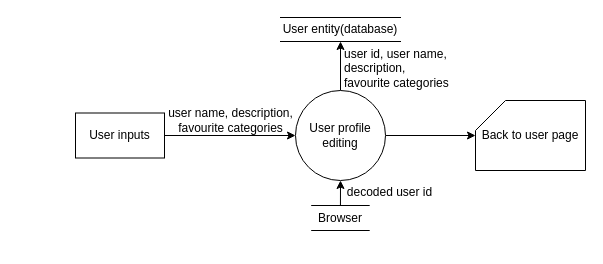
This is DFD/User/UserProfileSystem.drawio from DonaldLamNL/buzzer, a draw.io file, before an edit. Source tidied: cells renumbered, new cells numbered last; positions are measured from the earlier drawing's top-left corner, leaving out a move shared by most shapes. Both pictures are drawn from the tidied source at 100%, with x=0, y=0 at pixel (75, 17).
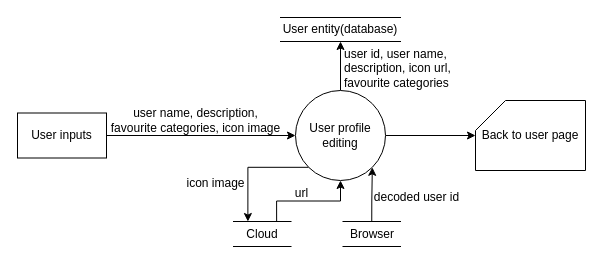
After the change.

Diff of the diagram source:
```diff
@@
 <mxGraphModel>
   <root>
     <mxCell id="0" />
     <mxCell id="1" parent="0" />
     <mxCell id="2" style="edgeStyle=orthogonalEdgeStyle;rounded=0;jettySize=auto;html=1;exitX=1;exitY=0.5;exitDx=0;exitDy=0;" parent="1" edge="1" source="13" target="5">
       <mxGeometry relative="1" as="geometry" />
     </mxCell>
     <mxCell id="3" style="edgeStyle=orthogonalEdgeStyle;rounded=0;jettySize=auto;html=1;exitX=0.5;exitY=0;exitDx=0;exitDy=0;entryX=0.5;entryY=1;entryDx=0;entryDy=0;" parent="1" edge="1" source="5" target="12">
       <mxGeometry relative="1" as="geometry" />
     </mxCell>
     <mxCell id="4" style="edgeStyle=orthogonalEdgeStyle;rounded=0;jettySize=auto;html=1;" parent="1" edge="1" source="5" target="11">
       <mxGeometry relative="1" as="geometry" />
     </mxCell>
+    <mxCell id="14" style="edgeStyle=orthogonalEdgeStyle;rounded=0;jettySize=auto;html=1;exitX=0;exitY=1;exitDx=0;exitDy=0;entryX=0.25;entryY=0;entryDx=0;entryDy=0;" parent="1" edge="1" source="5" target="16">
+      <mxGeometry relative="1" as="geometry" />
+    </mxCell>
     <mxCell id="5" value="User profile editing" style="ellipse;whiteSpace=wrap;html=1;" parent="1" vertex="1">
       <mxGeometry x="220" y="73" width="90" height="90" as="geometry" />
     </mxCell>
-    <mxCell id="6" value="user name, description, &lt;br&gt;favourite categories" style="text;html=1;align=center;verticalAlign=middle;strokeColor=none;fillColor=none;" parent="1" vertex="1">
-      <mxGeometry x="80" y="83" width="150" height="40" as="geometry" />
+    <mxCell id="6" value="user name, description, &lt;br&gt;favourite categories, icon image" style="text;html=1;align=center;verticalAlign=middle;strokeColor=none;fillColor=none;" parent="1" vertex="1">
+      <mxGeometry x="26" y="83" width="187" height="40" as="geometry" />
     </mxCell>
-    <mxCell id="7" style="edgeStyle=orthogonalEdgeStyle;rounded=0;jettySize=auto;html=1;exitX=0.5;exitY=0;exitDx=0;exitDy=0;entryX=0.5;entryY=1;entryDx=0;entryDy=0;" parent="1" edge="1" source="8" target="5">
+    <mxCell id="7" style="edgeStyle=orthogonalEdgeStyle;rounded=0;jettySize=auto;html=1;exitX=0.5;exitY=0;exitDx=0;exitDy=0;entryX=1;entryY=1;entryDx=0;entryDy=0;" parent="1" edge="1" source="8" target="5">
       <mxGeometry relative="1" as="geometry" />
     </mxCell>
     <mxCell id="8" value="Browser" style="shape=partialRectangle;whiteSpace=wrap;html=1;left=0;right=0;fillColor=none;rounded=0;strokeColor=default;fontFamily=Helvetica;fontSize=12;fontColor=default;" parent="1" vertex="1">
-      <mxGeometry x="236.2" y="188" width="57.5" height="25" as="geometry" />
+      <mxGeometry x="267.5" y="204" width="57.5" height="25" as="geometry" />
     </mxCell>
     <mxCell id="9" value="decoded user id" style="text;html=1;align=center;verticalAlign=middle;strokeColor=none;fillColor=none;" parent="1" vertex="1">
-      <mxGeometry x="262" y="162" width="103" height="26" as="geometry" />
+      <mxGeometry x="289" y="167" width="103" height="26" as="geometry" />
     </mxCell>
-    <mxCell id="10" value="user id, user name, &lt;br&gt;description,&lt;br&gt;&lt;div style=&quot;&quot;&gt;favourite categories&lt;/div&gt;" style="text;html=1;align=left;verticalAlign=middle;strokeColor=none;fillColor=none;" parent="1" vertex="1">
-      <mxGeometry x="267" y="24" width="123" height="54" as="geometry" />
+    <mxCell id="10" value="user id, user name, &lt;br&gt;description, icon url,&amp;nbsp;&lt;br&gt;&lt;div style=&quot;&quot;&gt;favourite categories&lt;/div&gt;" style="text;html=1;align=left;verticalAlign=middle;strokeColor=none;fillColor=none;" parent="1" vertex="1">
+      <mxGeometry x="267" y="24" width="128" height="54" as="geometry" />
     </mxCell>
     <mxCell id="11" value="Back to user page" style="shape=card;whiteSpace=wrap;html=1;" parent="1" vertex="1">
       <mxGeometry x="400" y="83" width="110" height="70" as="geometry" />
     </mxCell>
     <mxCell id="12" value="User entity(database)" style="shape=partialRectangle;whiteSpace=wrap;html=1;left=0;right=0;fillColor=none;rounded=0;strokeColor=default;fontFamily=Helvetica;fontSize=12;fontColor=default;" parent="1" vertex="1">
       <mxGeometry x="205" width="120" height="24" as="geometry" />
     </mxCell>
     <mxCell id="13" value="User inputs" style="rounded=0;whiteSpace=wrap;html=1;" parent="1" vertex="1">
-      <mxGeometry y="95.5" width="89" height="45" as="geometry" />
+      <mxGeometry x="-58" y="95.5" width="89" height="45" as="geometry" />
     </mxCell>
+    <mxCell id="15" style="edgeStyle=orthogonalEdgeStyle;rounded=0;jettySize=auto;html=1;exitX=0.75;exitY=0;exitDx=0;exitDy=0;entryX=0.5;entryY=1;entryDx=0;entryDy=0;" parent="1" edge="1" source="16" target="5">
+      <mxGeometry relative="1" as="geometry" />
+    </mxCell>
+    <mxCell id="16" value="Cloud" style="shape=partialRectangle;whiteSpace=wrap;html=1;left=0;right=0;fillColor=none;rounded=0;strokeColor=default;fontFamily=Helvetica;fontSize=12;fontColor=default;" parent="1" vertex="1">
+      <mxGeometry x="158" y="204" width="57.5" height="25" as="geometry" />
+    </mxCell>
+    <mxCell id="17" value="icon image" style="text;html=1;align=center;verticalAlign=middle;strokeColor=none;fillColor=none;" parent="1" vertex="1">
+      <mxGeometry x="102" y="153" width="76" height="26" as="geometry" />
+    </mxCell>
+    <mxCell id="18" value="url" style="text;html=1;align=center;verticalAlign=middle;strokeColor=none;fillColor=none;" parent="1" vertex="1">
+      <mxGeometry x="210" y="163" width="31" height="26" as="geometry" />
+    </mxCell>
   </root>
 </mxGraphModel>
```
